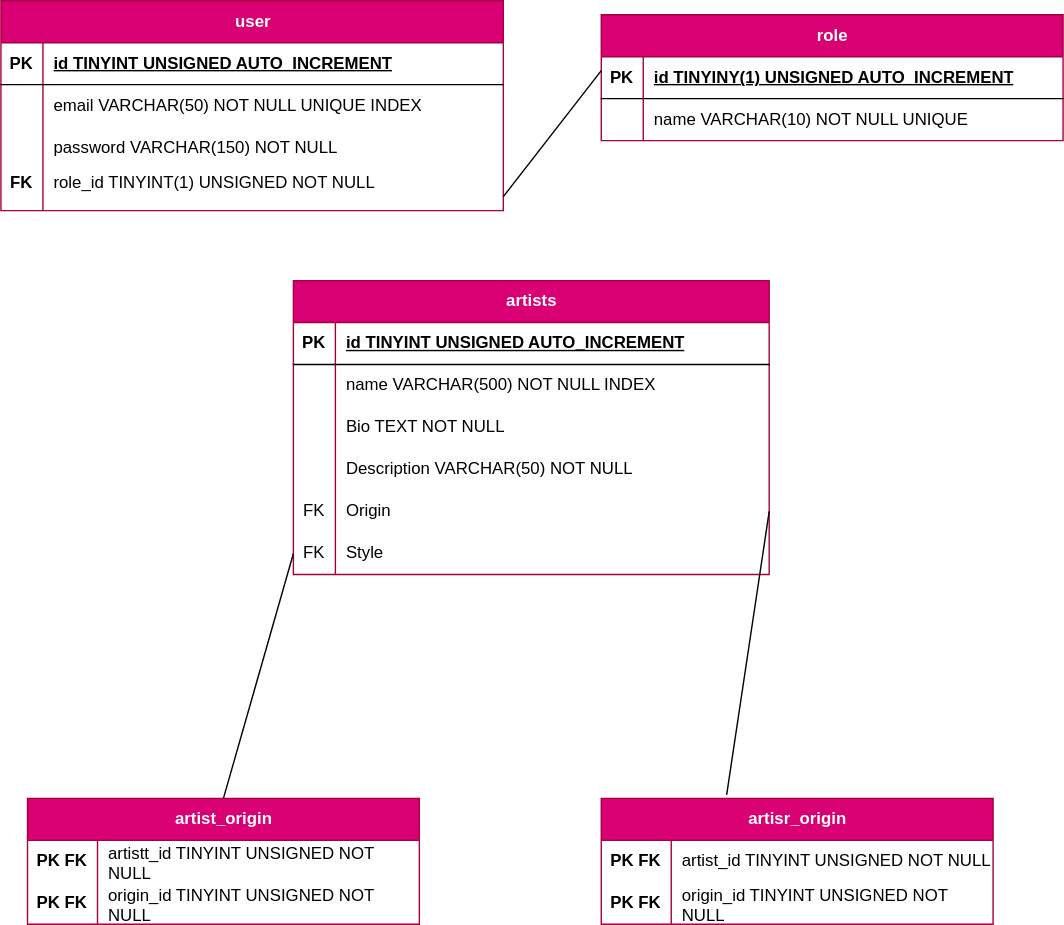
Domitch/souk-sonore-festival keeps this draw.io diagram as code/merise /MPD.drawio.svg. Above is the earlier version. Source tidied: cells renumbered, new cells last; positions are measured from the earlier drawing's top-left corner, leaving out a move shared by most shapes.
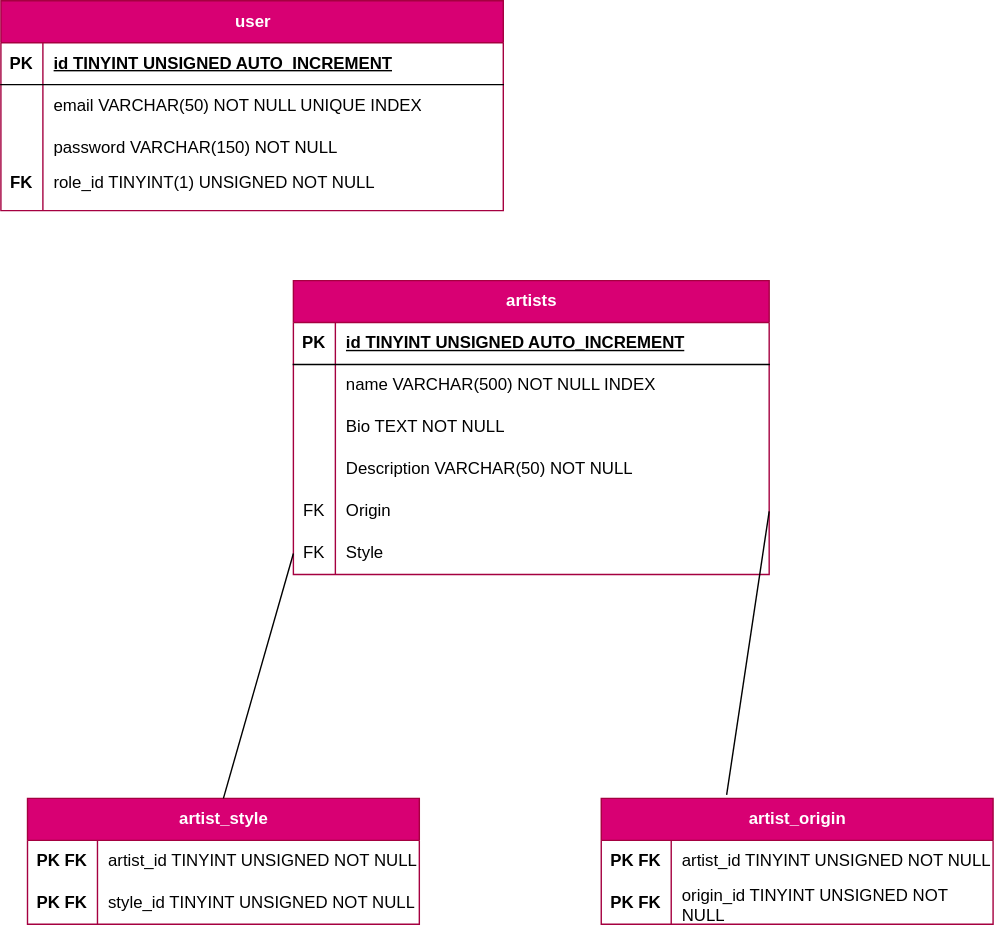
Later version of the same file.

Commit message:
mld ok après modifs

What changed in the source:
```diff
@@ -47,27 +47,6 @@
     <mxCell id="16" value="role_id TINYINT(1) UNSIGNED NOT NULL" style="shape=partialRectangle;fillColor=none;top=0;left=0;bottom=0;right=0;align=left;spacingLeft=6;overflow=hidden;whiteSpace=wrap;html=1;" parent="1" vertex="1">
       <mxGeometry x="30" y="120" width="329" height="20" as="geometry" />
     </mxCell>
-    <mxCell id="17" value="role" style="shape=table;startSize=30;rowLines=0;fontStyle=1;align=center;html=1;fillColor=#d80073;strokeColor=#A50040;fontColor=#ffffff;" parent="1" vertex="1">
-      <mxGeometry x="429" y="10" width="330" height="90" as="geometry" />
-    </mxCell>
-    <mxCell id="18" style="shape=tableRow;horizontal=0;startSize=0;swimlaneHead=0;swimlaneBody=0;fillColor=none;top=0;left=0;right=0;bottom=1;" parent="17" vertex="1">
-      <mxGeometry y="30" width="330" height="30" as="geometry" />
-    </mxCell>
-    <mxCell id="19" value="PK" style="shape=partialRectangle;fillColor=none;top=0;left=0;bottom=0;right=0;fontStyle=1;overflow=hidden;whiteSpace=wrap;html=1;" parent="18" vertex="1">
-      <mxGeometry width="30" height="30" as="geometry" />
-    </mxCell>
-    <mxCell id="20" value="id TINYINY(1) UNSIGNED AUTO_INCREMENT" style="shape=partialRectangle;fillColor=none;top=0;left=0;bottom=0;right=0;align=left;spacingLeft=6;fontStyle=5;overflow=hidden;whiteSpace=wrap;html=1;" parent="18" vertex="1">
-      <mxGeometry x="30" width="300" height="30" as="geometry" />
-    </mxCell>
-    <mxCell id="21" style="shape=tableRow;horizontal=0;startSize=0;swimlaneHead=0;swimlaneBody=0;fillColor=none;top=0;left=0;right=0;bottom=0;" parent="17" vertex="1">
-      <mxGeometry y="60" width="330" height="30" as="geometry" />
-    </mxCell>
-    <mxCell id="22" style="shape=partialRectangle;fillColor=none;top=0;left=0;bottom=0;right=0;overflow=hidden;whiteSpace=wrap;html=1;" parent="21" vertex="1">
-      <mxGeometry width="30" height="30" as="geometry" />
-    </mxCell>
-    <mxCell id="23" value="name VARCHAR(10) NOT NULL UNIQUE" style="shape=partialRectangle;fillColor=none;top=0;left=0;bottom=0;right=0;align=left;spacingLeft=6;overflow=hidden;whiteSpace=wrap;html=1;" parent="21" vertex="1">
-      <mxGeometry x="30" width="300" height="30" as="geometry" />
-    </mxCell>
     <mxCell id="24" value="artists" style="shape=table;startSize=30;rowLines=0;fontStyle=1;align=center;html=1;fillColor=#d80073;strokeColor=#A50040;fontColor=#ffffff;" parent="1" vertex="1">
       <mxGeometry x="209" y="200" width="340" height="210" as="geometry" />
     </mxCell>
@@ -125,7 +104,7 @@
     <mxCell id="42" value="Style" style="shape=partialRectangle;fillColor=none;top=0;left=0;bottom=0;right=0;align=left;spacingLeft=6;overflow=hidden;whiteSpace=wrap;html=1;" parent="40" vertex="1">
       <mxGeometry x="30" width="310" height="30" as="geometry" />
     </mxCell>
-    <mxCell id="43" value="artist_origin" style="shape=table;startSize=30;rowLines=0;fontStyle=1;align=center;html=1;fillColor=#d80073;strokeColor=#A50040;fontColor=#ffffff;" parent="1" vertex="1">
+    <mxCell id="43" value="artist_style" style="shape=table;startSize=30;rowLines=0;fontStyle=1;align=center;html=1;fillColor=#d80073;strokeColor=#A50040;fontColor=#ffffff;" parent="1" vertex="1">
       <mxGeometry x="19" y="570" width="280" height="90" as="geometry" />
     </mxCell>
     <mxCell id="44" style="shape=tableRow;horizontal=0;startSize=0;swimlaneHead=0;swimlaneBody=0;fillColor=none;top=0;left=0;right=0;bottom=0;" parent="43" vertex="1">
@@ -134,7 +113,7 @@
     <mxCell id="45" value="&lt;b&gt;PK FK&lt;/b&gt;" style="shape=partialRectangle;fillColor=none;top=0;left=0;bottom=0;right=0;overflow=hidden;whiteSpace=wrap;html=1;" parent="44" vertex="1">
       <mxGeometry width="50" height="30" as="geometry" />
     </mxCell>
-    <mxCell id="46" value="artistt_id TINYINT UNSIGNED NOT NULL" style="shape=partialRectangle;fillColor=none;top=0;left=0;bottom=0;right=0;align=left;spacingLeft=6;overflow=hidden;whiteSpace=wrap;html=1;" parent="44" vertex="1">
+    <mxCell id="46" value="artist_id TINYINT UNSIGNED NOT NULL" style="shape=partialRectangle;fillColor=none;top=0;left=0;bottom=0;right=0;align=left;spacingLeft=6;overflow=hidden;whiteSpace=wrap;html=1;" parent="44" vertex="1">
       <mxGeometry x="50" width="230" height="30" as="geometry" />
     </mxCell>
     <mxCell id="47" style="shape=tableRow;horizontal=0;startSize=0;swimlaneHead=0;swimlaneBody=0;fillColor=none;top=0;left=0;right=0;bottom=0;" parent="43" vertex="1">
@@ -143,10 +122,10 @@
     <mxCell id="48" value="&lt;b&gt;PK FK&lt;/b&gt;" style="shape=partialRectangle;fillColor=none;top=0;left=0;bottom=0;right=0;overflow=hidden;whiteSpace=wrap;html=1;" parent="47" vertex="1">
       <mxGeometry width="50" height="30" as="geometry" />
     </mxCell>
-    <mxCell id="49" value="origin_id TINYINT UNSIGNED NOT NULL" style="shape=partialRectangle;fillColor=none;top=0;left=0;bottom=0;right=0;align=left;spacingLeft=6;overflow=hidden;whiteSpace=wrap;html=1;" parent="47" vertex="1">
+    <mxCell id="49" value="style_id TINYINT UNSIGNED NOT NULL" style="shape=partialRectangle;fillColor=none;top=0;left=0;bottom=0;right=0;align=left;spacingLeft=6;overflow=hidden;whiteSpace=wrap;html=1;" parent="47" vertex="1">
       <mxGeometry x="50" width="230" height="30" as="geometry" />
     </mxCell>
-    <mxCell id="50" value="artisr_origin" style="shape=table;startSize=30;rowLines=0;fontStyle=1;align=center;html=1;fillColor=#d80073;strokeColor=#A50040;fontColor=#ffffff;" parent="1" vertex="1">
+    <mxCell id="50" value="artist_origin" style="shape=table;startSize=30;rowLines=0;fontStyle=1;align=center;html=1;fillColor=#d80073;strokeColor=#A50040;fontColor=#ffffff;" parent="1" vertex="1">
       <mxGeometry x="429" y="570" width="280" height="90" as="geometry" />
     </mxCell>
     <mxCell id="51" style="shape=tableRow;horizontal=0;startSize=0;swimlaneHead=0;swimlaneBody=0;fillColor=none;top=0;left=0;right=0;bottom=0;" parent="50" vertex="1">
@@ -175,11 +154,5 @@
         <mxPoint x="159" y="570" as="sourcePoint" />
       </mxGeometry>
     </mxCell>
-    <mxCell id="59" style="endArrow=none;html=1;rounded=0;entryX=1;entryY=0.5;entryDx=0;entryDy=0;" parent="1" edge="1">
-      <mxGeometry relative="1" as="geometry">
-        <mxPoint x="359" y="140" as="sourcePoint" />
-        <mxPoint x="429" y="50" as="targetPoint" />
-      </mxGeometry>
-    </mxCell>
   </root>
 </mxGraphModel>
```
